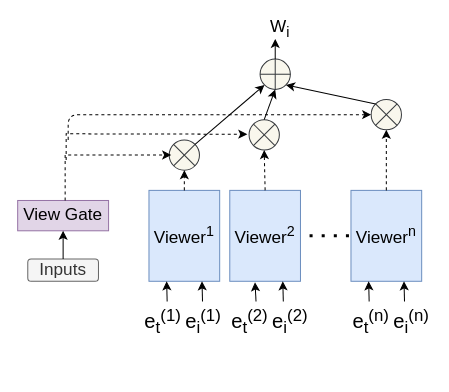
Before: page "multi-view attention" (6 of 11) of Untitled Diagram.drawio in jlinleung/Cheatsheets, a draw.io diagram. Source tidied: cells renumbered, new cells numbered last; positions are measured from the earlier drawing's top-left corner, leaving out a move shared by most shapes. Both pictures are drawn from the tidied source at 101%, with x=0, y=0 at pixel (17, 18).
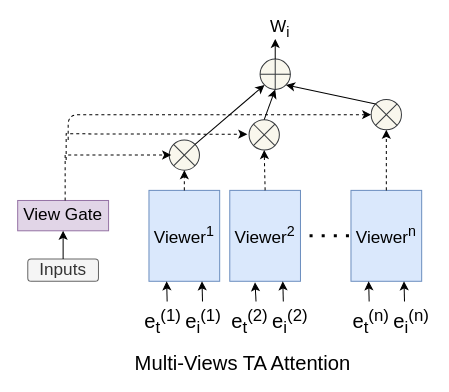
Above is the later version.

Diff of the diagram source:
```diff
@@
+    <mxCell id="37" value="&lt;font style=&quot;font-size: 20px&quot;&gt;Multi-Views TA Attention&lt;/font&gt;" style="text;html=1;strokeColor=none;fillColor=none;align=center;verticalAlign=middle;whiteSpace=wrap;rounded=0;sketch=0;" parent="1" vertex="1">
+      <mxGeometry x="90" y="330" width="266" height="20" as="geometry" />
+    </mxCell>
```
